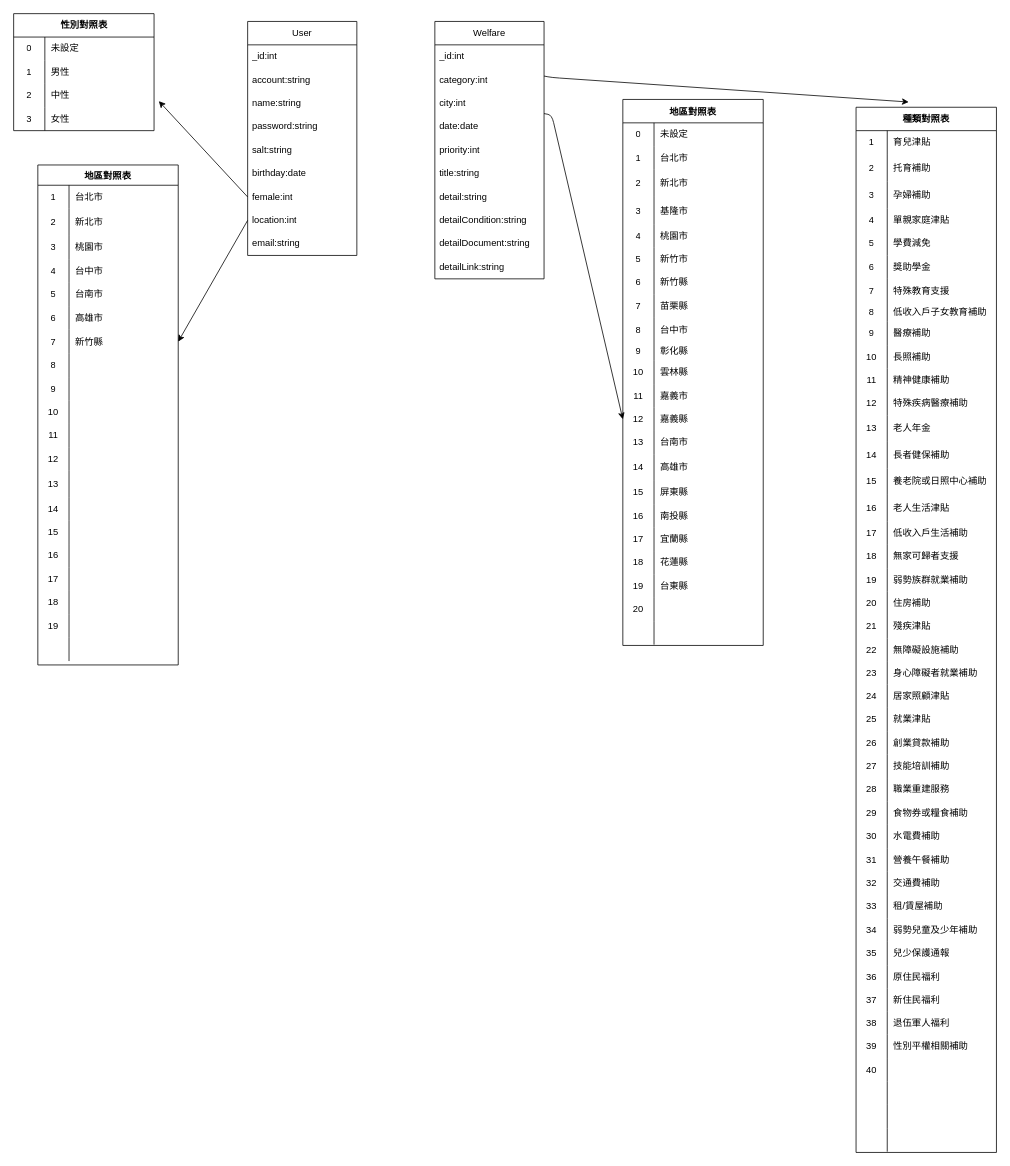
MonkeyKao/welfare keeps this draw.io diagram as ER.drawio. Above is the earlier version. Source tidied: cells renumbered, new cells numbered last; positions are measured from the earlier drawing's top-left corner, leaving out a move shared by most shapes. Both pictures are drawn from the tidied source at 78%, with x=0, y=0 at pixel (13, 13).
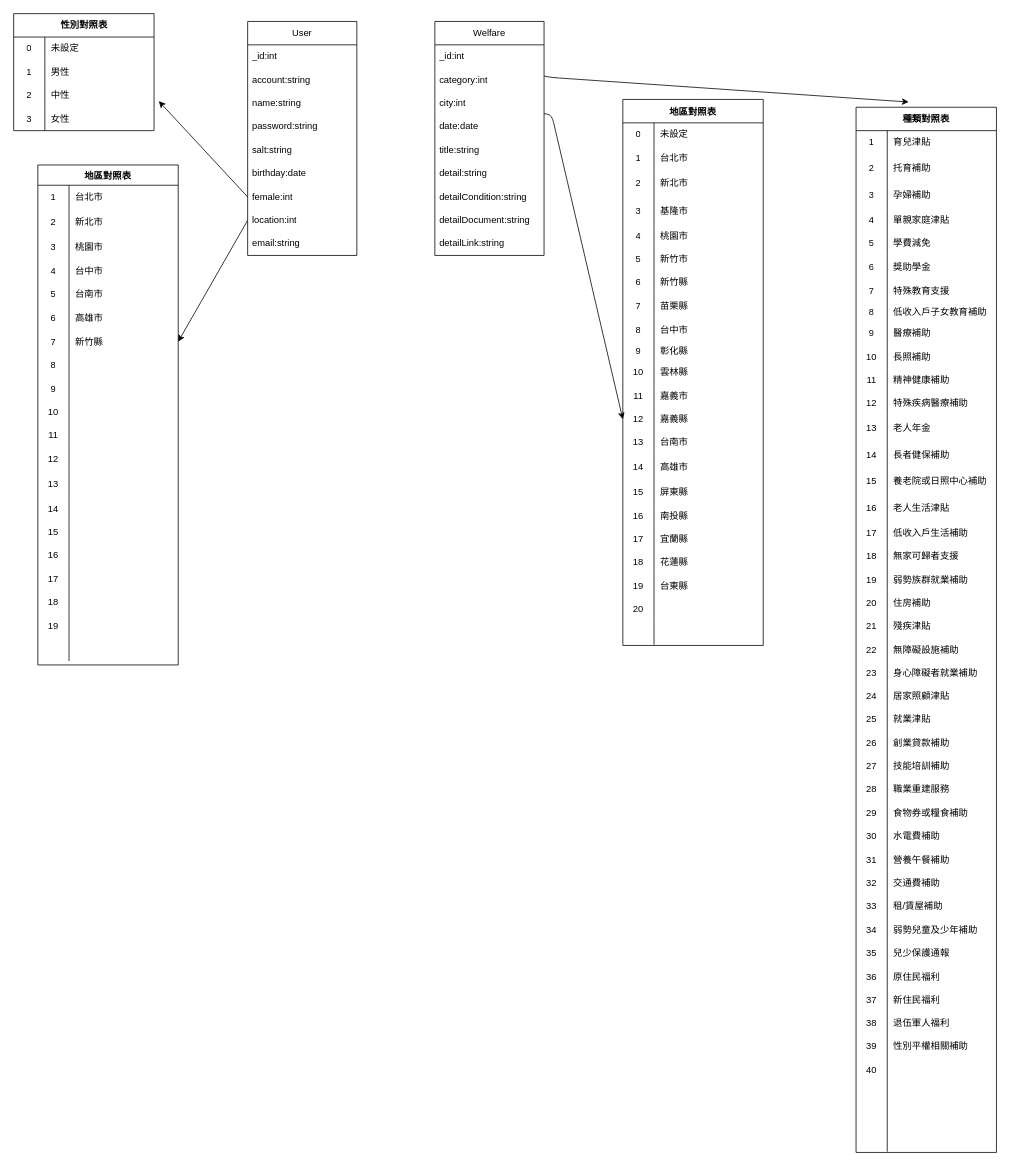
After the change.

What changed in the source:
```diff
@@
     <mxCell id="12" value="Welfare" style="swimlane;fontStyle=0;horizontal=1;startSize=30;whiteSpace=wrap;html=1;" parent="1" vertex="1">
-      <mxGeometry x="540" y="10" width="140" height="330" as="geometry" />
+      <mxGeometry x="540" y="10" width="140" height="300" as="geometry" />
     </mxCell>
@@
-    <mxCell id="17" value="priority:int" style="text;strokeColor=none;fillColor=none;align=left;verticalAlign=middle;spacingLeft=4;spacingRight=4;overflow=hidden;whiteSpace=wrap;html=1;" parent="12" vertex="1">
-      <mxGeometry y="150" width="140" height="30" as="geometry" />
-    </mxCell>
     <mxCell id="18" value="title:string" style="text;strokeColor=none;fillColor=none;align=left;verticalAlign=middle;spacingLeft=4;spacingRight=4;overflow=hidden;whiteSpace=wrap;html=1;" parent="12" vertex="1">
-      <mxGeometry y="180" width="140" height="30" as="geometry" />
+      <mxGeometry y="150" width="140" height="30" as="geometry" />
     </mxCell>
     <mxCell id="19" value="detail:string" style="text;strokeColor=none;fillColor=none;align=left;verticalAlign=middle;spacingLeft=4;spacingRight=4;overflow=hidden;whiteSpace=wrap;html=1;" parent="12" vertex="1">
-      <mxGeometry y="210" width="140" height="30" as="geometry" />
+      <mxGeometry y="180" width="140" height="30" as="geometry" />
     </mxCell>
     <mxCell id="20" value="detailCondition:string" style="text;strokeColor=none;fillColor=none;align=left;verticalAlign=middle;spacingLeft=4;spacingRight=4;overflow=hidden;whiteSpace=wrap;html=1;" parent="12" vertex="1">
-      <mxGeometry y="240" width="140" height="30" as="geometry" />
+      <mxGeometry y="210" width="140" height="30" as="geometry" />
     </mxCell>
     <mxCell id="21" value="detailDocument:string" style="text;strokeColor=none;fillColor=none;align=left;verticalAlign=middle;spacingLeft=4;spacingRight=4;overflow=hidden;whiteSpace=wrap;html=1;" parent="12" vertex="1">
-      <mxGeometry y="270" width="140" height="30" as="geometry" />
+      <mxGeometry y="240" width="140" height="30" as="geometry" />
     </mxCell>
     <mxCell id="22" value="detailLink:string" style="text;strokeColor=none;fillColor=none;align=left;verticalAlign=middle;spacingLeft=4;spacingRight=4;overflow=hidden;whiteSpace=wrap;html=1;" parent="12" vertex="1">
-      <mxGeometry y="300" width="140" height="30" as="geometry" />
+      <mxGeometry y="270" width="140" height="30" as="geometry" />
     </mxCell>
```
